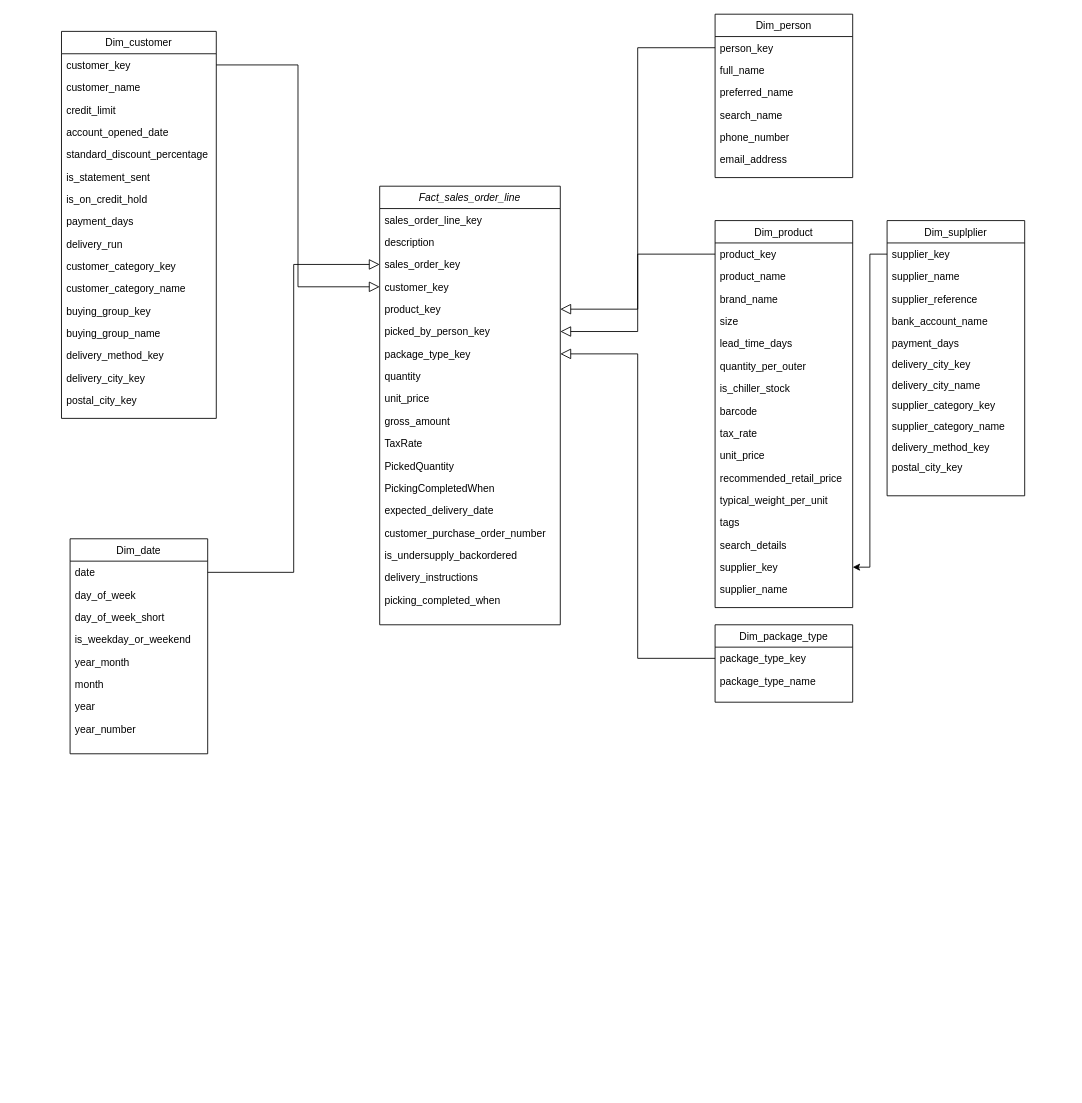
DucTran3110/data_warehouse_course keeps this draw.io diagram as Untitled Diagram.drawio. Above is the earlier version. Source tidied: cells renumbered, new cells numbered last; positions are measured from the earlier drawing's top-left corner, leaving out a move shared by most shapes. Both pictures are drawn from the tidied source at 86%, with x=0, y=0 at pixel (61, 14).
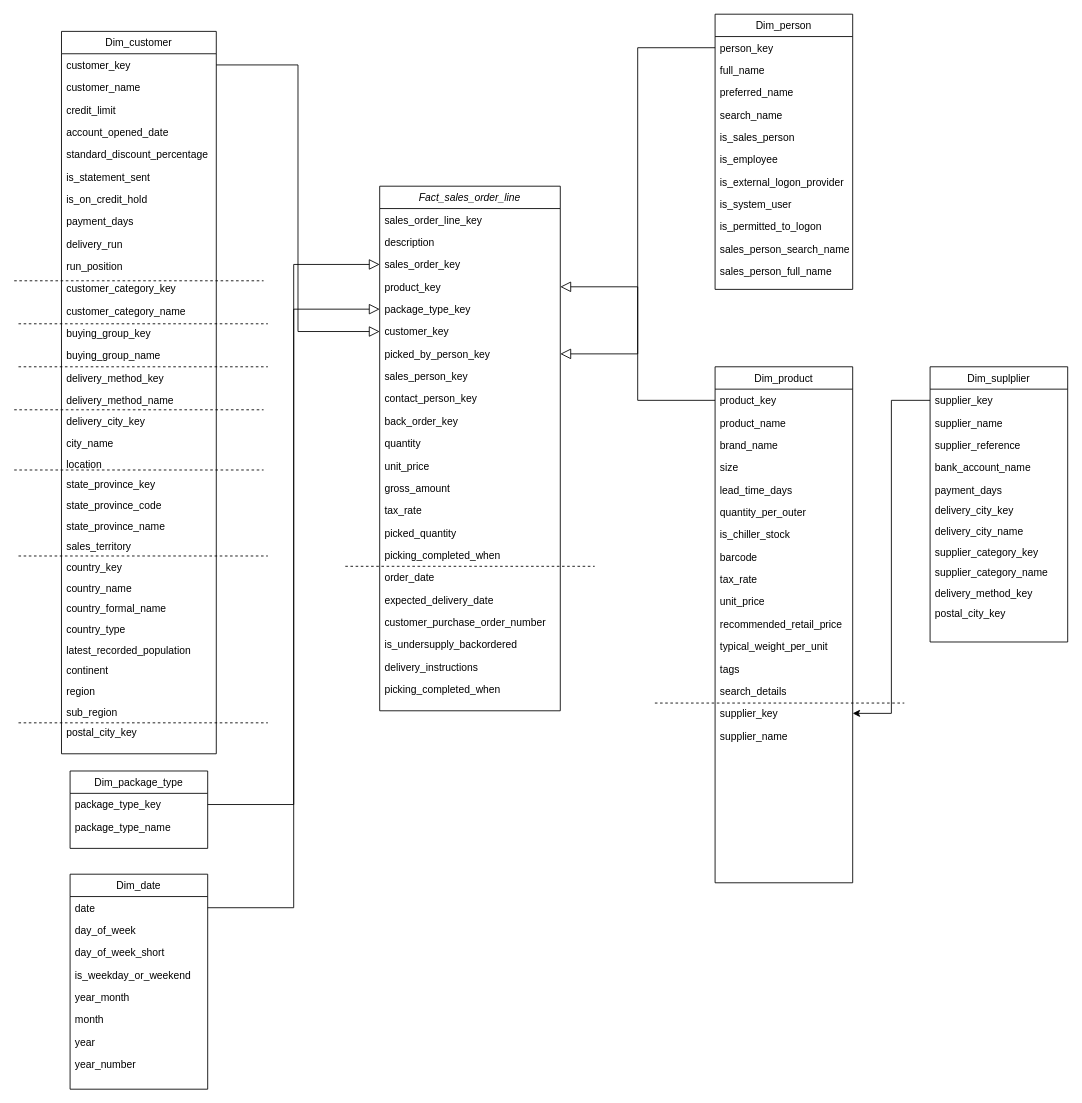
The same diagram, later.

The change refers to these unchanged cells:
```xml
<mxCell id="89" value="package_type_key" style="text;align=left;verticalAlign=top;spacingLeft=4;spacingRight=4;overflow=hidden;points=[[0,0.5],[1,0.5]];portConstraint=eastwest;" parent="88" vertex="1">
  <mxGeometry y="26" width="160" height="26" as="geometry" />
</mxCell>
```

What changed in the source:
```diff
@@
-    <mxCell id="2" value="Fact_sales_order_line" style="swimlane;fontStyle=2;align=center;verticalAlign=top;horizontal=1;startSize=26;rounded=0;shadow=0;strokeWidth=1;" parent="1" vertex="1">
-      <mxGeometry x="370" y="200" width="210" height="510" as="geometry" />
+    <mxCell id="2" value="Fact_sales_order_line" style="swimlane;fontStyle=2;align=center;verticalAlign=top;horizontal=1;startSize=26;rounded=0;shadow=0;strokeWidth=1;swimlaneLine=1;" parent="1" vertex="1">
+      <mxGeometry x="370" y="200" width="210" height="610" as="geometry" />
     </mxCell>
@@
+    <mxCell id="7" value="product_key" style="text;align=left;verticalAlign=top;spacingLeft=4;spacingRight=4;overflow=hidden;points=[[0,0.5],[1,0.5]];portConstraint=eastwest;rounded=0;shadow=0;html=0;" parent="2" vertex="1">
+      <mxGeometry y="104" width="210" height="26" as="geometry" />
+    </mxCell>
+    <mxCell id="9" value="package_type_key" style="text;align=left;verticalAlign=top;spacingLeft=4;spacingRight=4;overflow=hidden;points=[[0,0.5],[1,0.5]];portConstraint=eastwest;rounded=0;shadow=0;html=0;" parent="2" vertex="1">
+      <mxGeometry y="130" width="210" height="26" as="geometry" />
+    </mxCell>
     <mxCell id="6" value="customer_key" style="text;align=left;verticalAlign=top;spacingLeft=4;spacingRight=4;overflow=hidden;points=[[0,0.5],[1,0.5]];portConstraint=eastwest;rounded=0;shadow=0;html=0;" parent="2" vertex="1">
-      <mxGeometry y="104" width="210" height="26" as="geometry" />
+      <mxGeometry y="156" width="210" height="26" as="geometry" />
     </mxCell>
-    <mxCell id="7" value="product_key" style="text;align=left;verticalAlign=top;spacingLeft=4;spacingRight=4;overflow=hidden;points=[[0,0.5],[1,0.5]];portConstraint=eastwest;rounded=0;shadow=0;html=0;" parent="2" vertex="1">
-      <mxGeometry y="130" width="210" height="26" as="geometry" />
-    </mxCell>
     <mxCell id="8" value="picked_by_person_key" style="text;align=left;verticalAlign=top;spacingLeft=4;spacingRight=4;overflow=hidden;points=[[0,0.5],[1,0.5]];portConstraint=eastwest;rounded=0;shadow=0;html=0;" parent="2" vertex="1">
-      <mxGeometry y="156" width="210" height="26" as="geometry" />
+      <mxGeometry y="182" width="210" height="26" as="geometry" />
     </mxCell>
-    <mxCell id="9" value="package_type_key" style="text;align=left;verticalAlign=top;spacingLeft=4;spacingRight=4;overflow=hidden;points=[[0,0.5],[1,0.5]];portConstraint=eastwest;rounded=0;shadow=0;html=0;" parent="2" vertex="1">
-      <mxGeometry y="182" width="210" height="26" as="geometry" />
-    </mxCell>
+    <mxCell id="92" value="sales_person_key" style="text;align=left;verticalAlign=top;spacingLeft=4;spacingRight=4;overflow=hidden;rounded=0;shadow=0;html=0;" parent="2" vertex="1">
+      <mxGeometry y="208" width="210" height="26" as="geometry" />
+    </mxCell>
+    <mxCell id="93" value="contact_person_key" style="text;align=left;verticalAlign=top;spacingLeft=4;spacingRight=4;overflow=hidden;rounded=0;shadow=0;html=0;" parent="2" vertex="1">
+      <mxGeometry y="234" width="210" height="26" as="geometry" />
+    </mxCell>
+    <mxCell id="94" value="back_order_key" style="text;align=left;verticalAlign=top;spacingLeft=4;spacingRight=4;overflow=hidden;rounded=0;shadow=0;html=0;" parent="2" vertex="1">
+      <mxGeometry y="260" width="210" height="26" as="geometry" />
+    </mxCell>
     <mxCell id="10" value="quantity" style="text;align=left;verticalAlign=top;spacingLeft=4;spacingRight=4;overflow=hidden;rounded=0;shadow=0;html=0;" parent="2" vertex="1">
-      <mxGeometry y="208" width="210" height="26" as="geometry" />
+      <mxGeometry y="286" width="210" height="26" as="geometry" />
     </mxCell>
     <mxCell id="11" value="unit_price" style="text;align=left;verticalAlign=top;spacingLeft=4;spacingRight=4;overflow=hidden;rounded=0;shadow=0;html=0;" parent="2" vertex="1">
-      <mxGeometry y="234" width="210" height="26" as="geometry" />
+      <mxGeometry y="312" width="210" height="26" as="geometry" />
     </mxCell>
     <mxCell id="12" value="gross_amount" style="text;align=left;verticalAlign=top;spacingLeft=4;spacingRight=4;overflow=hidden;rounded=0;shadow=0;html=0;" parent="2" vertex="1">
-      <mxGeometry y="260" width="210" height="26" as="geometry" />
+      <mxGeometry y="338" width="210" height="26" as="geometry" />
     </mxCell>
-    <mxCell id="13" value=" TaxRate" style="text;align=left;verticalAlign=top;spacingLeft=4;spacingRight=4;overflow=hidden;rounded=0;shadow=0;html=0;" parent="2" vertex="1">
-      <mxGeometry y="286" width="210" height="26" as="geometry" />
+    <mxCell id="13" value="tax_rate" style="text;align=left;verticalAlign=top;spacingLeft=4;spacingRight=4;overflow=hidden;rounded=0;shadow=0;html=0;" parent="2" vertex="1">
+      <mxGeometry y="364" width="210" height="26" as="geometry" />
     </mxCell>
-    <mxCell id="14" value=" PickedQuantity" style="text;align=left;verticalAlign=top;spacingLeft=4;spacingRight=4;overflow=hidden;rounded=0;shadow=0;html=0;" parent="2" vertex="1">
-      <mxGeometry y="312" width="210" height="26" as="geometry" />
+    <mxCell id="14" value=" picked_quantity" style="text;align=left;verticalAlign=top;spacingLeft=4;spacingRight=4;overflow=hidden;rounded=0;shadow=0;html=0;" parent="2" vertex="1">
+      <mxGeometry y="390" width="210" height="26" as="geometry" />
     </mxCell>
-    <mxCell id="15" value="PickingCompletedWhen" style="text;align=left;verticalAlign=top;spacingLeft=4;spacingRight=4;overflow=hidden;rounded=0;shadow=0;html=0;" parent="2" vertex="1">
-      <mxGeometry y="338" width="210" height="26" as="geometry" />
+    <mxCell id="15" value="picking_completed_when" style="text;align=left;verticalAlign=top;spacingLeft=4;spacingRight=4;overflow=hidden;rounded=0;shadow=0;html=0;" parent="2" vertex="1">
+      <mxGeometry y="416" width="210" height="26" as="geometry" />
     </mxCell>
+    <mxCell id="95" style="endArrow=none;dashed=1;html=1;rounded=0;" parent="2" edge="1">
+      <mxGeometry relative="1" as="geometry">
+        <mxPoint x="-40" y="442" as="sourcePoint" />
+        <mxPoint x="250" y="442" as="targetPoint" />
+      </mxGeometry>
+    </mxCell>
+    <mxCell id="96" value="order_date" style="text;align=left;verticalAlign=top;spacingLeft=4;spacingRight=4;overflow=hidden;rounded=0;shadow=0;html=0;" parent="2" vertex="1">
+      <mxGeometry y="442" width="210" height="26" as="geometry" />
+    </mxCell>
     <mxCell id="16" value="expected_delivery_date" style="text;align=left;verticalAlign=top;spacingLeft=4;spacingRight=4;overflow=hidden;rounded=0;shadow=0;html=0;" parent="2" vertex="1">
-      <mxGeometry y="364" width="210" height="26" as="geometry" />
+      <mxGeometry y="468" width="210" height="26" as="geometry" />
     </mxCell>
     <mxCell id="17" value="customer_purchase_order_number " style="text;align=left;verticalAlign=top;spacingLeft=4;spacingRight=4;overflow=hidden;rounded=0;shadow=0;html=0;" parent="2" vertex="1">
-      <mxGeometry y="390" width="210" height="26" as="geometry" />
+      <mxGeometry y="494" width="210" height="26" as="geometry" />
     </mxCell>
     <mxCell id="18" value="is_undersupply_backordered" style="text;align=left;verticalAlign=top;spacingLeft=4;spacingRight=4;overflow=hidden;rounded=0;shadow=0;html=0;" parent="2" vertex="1">
-      <mxGeometry y="416" width="210" height="26" as="geometry" />
+      <mxGeometry y="520" width="210" height="26" as="geometry" />
     </mxCell>
     <mxCell id="19" value="delivery_instructions" style="text;align=left;verticalAlign=top;spacingLeft=4;spacingRight=4;overflow=hidden;rounded=0;shadow=0;html=0;" parent="2" vertex="1">
-      <mxGeometry y="442" width="210" height="26" as="geometry" />
+      <mxGeometry y="546" width="210" height="26" as="geometry" />
     </mxCell>
     <mxCell id="20" value="picking_completed_when" style="text;align=left;verticalAlign=top;spacingLeft=4;spacingRight=4;overflow=hidden;rounded=0;shadow=0;html=0;" parent="2" vertex="1">
-      <mxGeometry y="468" width="210" height="26" as="geometry" />
+      <mxGeometry y="572" width="210" height="26" as="geometry" />
     </mxCell>
     <mxCell id="21" value="Dim_customer" style="swimlane;fontStyle=0;align=center;verticalAlign=top;horizontal=1;startSize=26;rounded=0;shadow=0;strokeWidth=1;" parent="1" vertex="1">
-      <mxGeometry y="20" width="180" height="450" as="geometry" />
+      <mxGeometry y="20" width="180" height="840" as="geometry" />
     </mxCell>
@@
+    <mxCell id="97" value="run_position" style="text;align=left;verticalAlign=top;spacingLeft=4;spacingRight=4;overflow=hidden;" parent="21" vertex="1">
+      <mxGeometry y="260" width="180" height="26" as="geometry" />
+    </mxCell>
     <mxCell id="31" value="customer_category_key" style="text;align=left;verticalAlign=top;spacingLeft=4;spacingRight=4;overflow=hidden;" parent="21" vertex="1">
-      <mxGeometry y="260" width="180" height="26" as="geometry" />
+      <mxGeometry y="286" width="180" height="26" as="geometry" />
     </mxCell>
     <mxCell id="32" value="customer_category_name" style="text;align=left;verticalAlign=top;spacingLeft=4;spacingRight=4;overflow=hidden;" parent="21" vertex="1">
-      <mxGeometry y="286" width="180" height="26" as="geometry" />
+      <mxGeometry y="312" width="180" height="26" as="geometry" />
     </mxCell>
     <mxCell id="33" value="buying_group_key" style="text;align=left;verticalAlign=top;spacingLeft=4;spacingRight=4;overflow=hidden;" parent="21" vertex="1">
-      <mxGeometry y="312" width="180" height="26" as="geometry" />
+      <mxGeometry y="338" width="180" height="26" as="geometry" />
     </mxCell>
     <mxCell id="34" value="buying_group_name " style="text;align=left;verticalAlign=top;spacingLeft=4;spacingRight=4;overflow=hidden;" parent="21" vertex="1">
-      <mxGeometry y="338" width="180" height="26" as="geometry" />
+      <mxGeometry y="364" width="180" height="26" as="geometry" />
     </mxCell>
     <mxCell id="35" value="delivery_method_key" style="text;align=left;verticalAlign=top;spacingLeft=4;spacingRight=4;overflow=hidden;" parent="21" vertex="1">
-      <mxGeometry y="364" width="180" height="26" as="geometry" />
+      <mxGeometry y="390" width="180" height="26" as="geometry" />
     </mxCell>
+    <mxCell id="98" value="delivery_method_name" style="text;align=left;verticalAlign=top;spacingLeft=4;spacingRight=4;overflow=hidden;" parent="21" vertex="1">
+      <mxGeometry y="416" width="180" height="24" as="geometry" />
+    </mxCell>
     <mxCell id="36" value="delivery_city_key" style="text;align=left;verticalAlign=top;spacingLeft=4;spacingRight=4;overflow=hidden;" parent="21" vertex="1">
-      <mxGeometry y="390" width="180" height="26" as="geometry" />
+      <mxGeometry y="440" width="180" height="26" as="geometry" />
     </mxCell>
-    <mxCell id="37" value="postal_city_key" style="text;align=left;verticalAlign=top;spacingLeft=4;spacingRight=4;overflow=hidden;" parent="21" vertex="1">
-      <mxGeometry y="416" width="180" height="26" as="geometry" />
+    <mxCell id="37" value="city_name" style="text;align=left;verticalAlign=top;spacingLeft=4;spacingRight=4;overflow=hidden;" parent="21" vertex="1">
+      <mxGeometry y="466" width="180" height="24" as="geometry" />
     </mxCell>
+    <mxCell id="99" value="location" style="text;align=left;verticalAlign=top;spacingLeft=4;spacingRight=4;overflow=hidden;" parent="21" vertex="1">
+      <mxGeometry y="490" width="180" height="24" as="geometry" />
+    </mxCell>
+    <mxCell id="100" value="state_province_key" style="text;align=left;verticalAlign=top;spacingLeft=4;spacingRight=4;overflow=hidden;" parent="21" vertex="1">
+      <mxGeometry y="514" width="180" height="24" as="geometry" />
+    </mxCell>
+    <mxCell id="101" value="state_province_code" style="text;align=left;verticalAlign=top;spacingLeft=4;spacingRight=4;overflow=hidden;" parent="21" vertex="1">
+      <mxGeometry y="538" width="180" height="24" as="geometry" />
+    </mxCell>
+    <mxCell id="102" value="state_province_name" style="text;align=left;verticalAlign=top;spacingLeft=4;spacingRight=4;overflow=hidden;" parent="21" vertex="1">
+      <mxGeometry y="562" width="180" height="24" as="geometry" />
+    </mxCell>
+    <mxCell id="103" value="sales_territory" style="text;align=left;verticalAlign=top;spacingLeft=4;spacingRight=4;overflow=hidden;" parent="21" vertex="1">
+      <mxGeometry y="586" width="180" height="24" as="geometry" />
+    </mxCell>
+    <mxCell id="104" value="country_key" style="text;align=left;verticalAlign=top;spacingLeft=4;spacingRight=4;overflow=hidden;" parent="21" vertex="1">
+      <mxGeometry y="610" width="180" height="24" as="geometry" />
+    </mxCell>
+    <mxCell id="105" value="country_name" style="text;align=left;verticalAlign=top;spacingLeft=4;spacingRight=4;overflow=hidden;" parent="21" vertex="1">
+      <mxGeometry y="634" width="180" height="24" as="geometry" />
+    </mxCell>
+    <mxCell id="106" value="country_formal_name" style="text;align=left;verticalAlign=top;spacingLeft=4;spacingRight=4;overflow=hidden;" parent="21" vertex="1">
+      <mxGeometry y="658" width="180" height="24" as="geometry" />
+    </mxCell>
+    <mxCell id="107" value="country_type" style="text;align=left;verticalAlign=top;spacingLeft=4;spacingRight=4;overflow=hidden;" parent="21" vertex="1">
+      <mxGeometry y="682" width="180" height="24" as="geometry" />
+    </mxCell>
+    <mxCell id="108" value="latest_recorded_population" style="text;align=left;verticalAlign=top;spacingLeft=4;spacingRight=4;overflow=hidden;" parent="21" vertex="1">
+      <mxGeometry y="706" width="180" height="24" as="geometry" />
+    </mxCell>
+    <mxCell id="109" value="continent" style="text;align=left;verticalAlign=top;spacingLeft=4;spacingRight=4;overflow=hidden;" parent="21" vertex="1">
+      <mxGeometry y="730" width="180" height="24" as="geometry" />
+    </mxCell>
+    <mxCell id="110" value="region" style="text;align=left;verticalAlign=top;spacingLeft=4;spacingRight=4;overflow=hidden;" parent="21" vertex="1">
+      <mxGeometry y="754" width="180" height="24" as="geometry" />
+    </mxCell>
+    <mxCell id="111" value="sub_region" style="text;align=left;verticalAlign=top;spacingLeft=4;spacingRight=4;overflow=hidden;" parent="21" vertex="1">
+      <mxGeometry y="778" width="180" height="24" as="geometry" />
+    </mxCell>
+    <mxCell id="112" value="postal_city_key" style="text;align=left;verticalAlign=top;spacingLeft=4;spacingRight=4;overflow=hidden;" parent="21" vertex="1">
+      <mxGeometry y="802" width="180" height="24" as="geometry" />
+    </mxCell>
@@
     <mxCell id="39" value="Dim_person" style="swimlane;fontStyle=0;align=center;verticalAlign=top;horizontal=1;startSize=26;rounded=0;shadow=0;strokeWidth=1;" parent="1" vertex="1">
-      <mxGeometry x="760" width="160" height="190" as="geometry" />
+      <mxGeometry x="760" width="160" height="320" as="geometry" />
     </mxCell>
@@
-    <mxCell id="44" value=" phone_number" style="text;align=left;verticalAlign=top;spacingLeft=4;spacingRight=4;overflow=hidden;" parent="39" vertex="1">
-      <mxGeometry y="130" width="160" height="26" as="geometry" />
-    </mxCell>
-    <mxCell id="45" value="email_address" style="text;align=left;verticalAlign=top;spacingLeft=4;spacingRight=4;overflow=hidden;" parent="39" vertex="1">
-      <mxGeometry y="156" width="160" height="26" as="geometry" />
-    </mxCell>
+    <mxCell id="113" value="is_sales_person" style="text;align=left;verticalAlign=top;spacingLeft=4;spacingRight=4;overflow=hidden;rounded=0;shadow=0;html=0;" parent="39" vertex="1">
+      <mxGeometry y="130" width="160" height="26" as="geometry" />
+    </mxCell>
+    <mxCell id="114" value="is_employee" style="text;align=left;verticalAlign=top;spacingLeft=4;spacingRight=4;overflow=hidden;rounded=0;shadow=0;html=0;" parent="39" vertex="1">
+      <mxGeometry y="156" width="160" height="26" as="geometry" />
+    </mxCell>
+    <mxCell id="115" value="is_external_logon_provider" style="text;align=left;verticalAlign=top;spacingLeft=4;spacingRight=4;overflow=hidden;rounded=0;shadow=0;html=0;" parent="39" vertex="1">
+      <mxGeometry y="182" width="160" height="26" as="geometry" />
+    </mxCell>
+    <mxCell id="116" value="is_system_user" style="text;align=left;verticalAlign=top;spacingLeft=4;spacingRight=4;overflow=hidden;rounded=0;shadow=0;html=0;" parent="39" vertex="1">
+      <mxGeometry y="208" width="160" height="26" as="geometry" />
+    </mxCell>
+    <mxCell id="117" value="is_permitted_to_logon" style="text;align=left;verticalAlign=top;spacingLeft=4;spacingRight=4;overflow=hidden;rounded=0;shadow=0;html=0;" parent="39" vertex="1">
+      <mxGeometry y="234" width="160" height="26" as="geometry" />
+    </mxCell>
+    <mxCell id="118" value="sales_person_search_name" style="text;align=left;verticalAlign=top;spacingLeft=4;spacingRight=4;overflow=hidden;rounded=0;shadow=0;html=0;" parent="39" vertex="1">
+      <mxGeometry y="260" width="160" height="26" as="geometry" />
+    </mxCell>
+    <mxCell id="119" value="sales_person_full_name" style="text;align=left;verticalAlign=top;spacingLeft=4;spacingRight=4;overflow=hidden;rounded=0;shadow=0;html=0;" parent="39" vertex="1">
+      <mxGeometry y="286" width="160" height="26" as="geometry" />
+    </mxCell>
@@
-    <mxCell id="47" value="Dim_product" style="swimlane;fontStyle=0;align=center;verticalAlign=top;horizontal=1;startSize=26;rounded=0;shadow=0;strokeWidth=1;" parent="1" vertex="1">
-      <mxGeometry x="760" y="240" width="160" height="450" as="geometry" />
+    <mxCell id="47" value="Dim_product" style="swimlane;fontStyle=0;align=center;verticalAlign=top;horizontal=1;startSize=26;rounded=0;shadow=0;strokeWidth=1;glass=0;sketch=0;" parent="1" vertex="1">
+      <mxGeometry x="760" y="410" width="160" height="600" as="geometry" />
     </mxCell>
@@
     <mxCell id="65" value="Dim_suplplier" style="swimlane;fontStyle=0;align=center;verticalAlign=top;horizontal=1;startSize=26;rounded=0;shadow=0;strokeWidth=1;" parent="1" vertex="1">
-      <mxGeometry x="960" y="240" width="160" height="320" as="geometry" />
+      <mxGeometry x="1010" y="410" width="160" height="320" as="geometry" />
     </mxCell>
@@
     <mxCell id="78" value="Dim_date" style="swimlane;fontStyle=0;align=center;verticalAlign=top;horizontal=1;startSize=26;rounded=0;shadow=0;strokeWidth=1;" parent="1" vertex="1">
-      <mxGeometry x="10" y="610" width="160" height="250" as="geometry" />
+      <mxGeometry x="10" y="1000" width="160" height="250" as="geometry" />
     </mxCell>
@@
     <mxCell id="88" value="Dim_package_type" style="swimlane;fontStyle=0;align=center;verticalAlign=top;horizontal=1;startSize=26;rounded=0;shadow=0;strokeWidth=1;" parent="1" vertex="1">
-      <mxGeometry x="760" y="710" width="160" height="90" as="geometry" />
+      <mxGeometry x="10" y="880" width="160" height="90" as="geometry" />
     </mxCell>
@@
-    <mxCell id="91" style="endArrow=block;endSize=10;endFill=0;shadow=0;strokeWidth=1;rounded=0;edgeStyle=elbowEdgeStyle;entryX=1;entryY=0.5;entryDx=0;entryDy=0;" parent="1" edge="1" source="89" target="9">
+    <mxCell id="91" style="endArrow=block;endSize=10;endFill=0;shadow=0;strokeWidth=1;rounded=0;edgeStyle=elbowEdgeStyle;entryX=0;entryY=0.5;entryDx=0;entryDy=0;" parent="1" edge="1" source="89" target="9">
       <mxGeometry relative="1" as="geometry" />
     </mxCell>
+    <mxCell id="120" style="endArrow=none;dashed=1;html=1;rounded=0;" parent="1" edge="1">
+      <mxGeometry relative="1" as="geometry">
+        <mxPoint x="-55" y="310" as="sourcePoint" />
+        <mxPoint x="235" y="310" as="targetPoint" />
+      </mxGeometry>
+    </mxCell>
+    <mxCell id="121" style="endArrow=none;dashed=1;html=1;rounded=0;" parent="1" edge="1">
+      <mxGeometry relative="1" as="geometry">
+        <mxPoint x="-50" y="360" as="sourcePoint" />
+        <mxPoint x="240" y="360" as="targetPoint" />
+      </mxGeometry>
+    </mxCell>
+    <mxCell id="122" style="endArrow=none;dashed=1;html=1;rounded=0;" parent="1" edge="1">
+      <mxGeometry relative="1" as="geometry">
+        <mxPoint x="-50" y="410" as="sourcePoint" />
+        <mxPoint x="240" y="410" as="targetPoint" />
+      </mxGeometry>
+    </mxCell>
+    <mxCell id="123" style="endArrow=none;dashed=1;html=1;rounded=0;" parent="1" edge="1">
+      <mxGeometry relative="1" as="geometry">
+        <mxPoint x="-55" y="460" as="sourcePoint" />
+        <mxPoint x="235" y="460" as="targetPoint" />
+      </mxGeometry>
+    </mxCell>
+    <mxCell id="124" style="endArrow=none;dashed=1;html=1;rounded=0;" parent="1" edge="1">
+      <mxGeometry relative="1" as="geometry">
+        <mxPoint x="-55" y="530" as="sourcePoint" />
+        <mxPoint x="235" y="530" as="targetPoint" />
+      </mxGeometry>
+    </mxCell>
+    <mxCell id="125" style="endArrow=none;dashed=1;html=1;rounded=0;" parent="1" edge="1">
+      <mxGeometry relative="1" as="geometry">
+        <mxPoint x="-50" y="630" as="sourcePoint" />
+        <mxPoint x="240" y="630" as="targetPoint" />
+      </mxGeometry>
+    </mxCell>
+    <mxCell id="126" style="endArrow=none;dashed=1;html=1;rounded=0;" parent="1" edge="1">
+      <mxGeometry relative="1" as="geometry">
+        <mxPoint x="-50" y="824" as="sourcePoint" />
+        <mxPoint x="240" y="824" as="targetPoint" />
+      </mxGeometry>
+    </mxCell>
+    <mxCell id="127" style="endArrow=none;dashed=1;html=1;rounded=0;" parent="1" edge="1">
+      <mxGeometry relative="1" as="geometry">
+        <mxPoint x="690" y="801" as="sourcePoint" />
+        <mxPoint x="980" y="801" as="targetPoint" />
+      </mxGeometry>
+    </mxCell>
```
